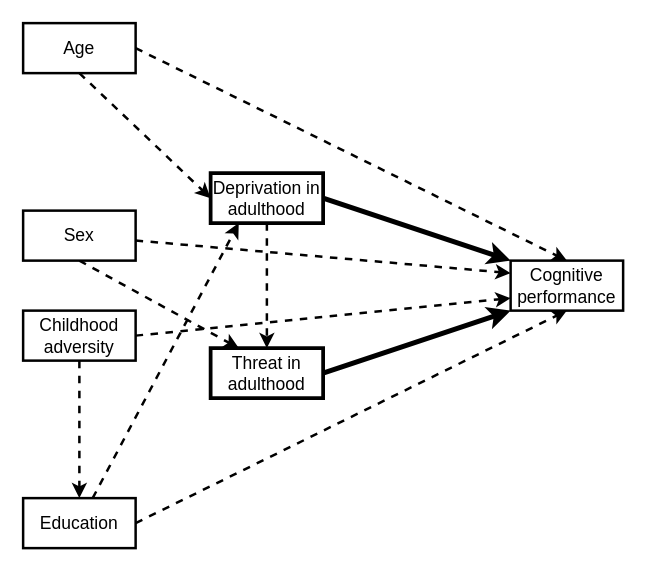
StefanVermeent/liss_ef_2024 keeps this draw.io diagram as manuscript/figures/fig2.drawio. Above is the earlier version. Source tidied: cells renumbered, new cells numbered last; positions are measured from the earlier drawing's top-left corner, leaving out a move shared by most shapes. Both pictures are drawn from the tidied source at 125%, with x=0, y=0 at pixel (22, 22).
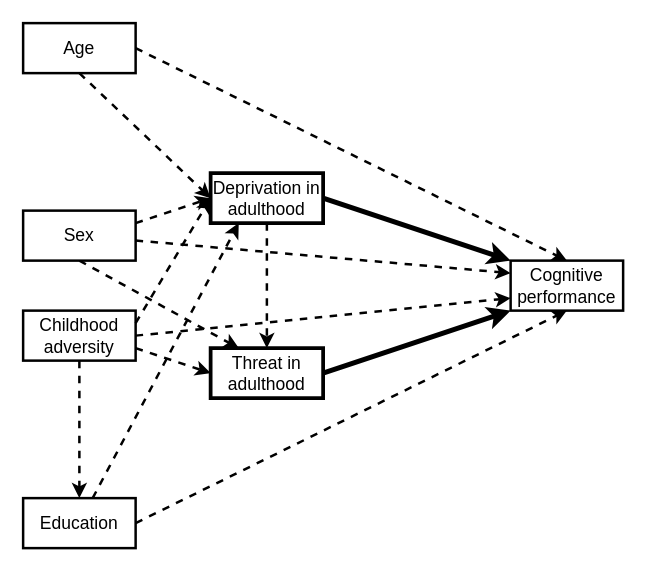
After the change.

Unchanged cells that the change refers to:
```xml
<mxCell id="4" value="&lt;span style=&quot;font-size: 14px;&quot;&gt;Deprivation in adulthood&lt;/span&gt;" style="rounded=0;whiteSpace=wrap;html=1;strokeWidth=3;strokeColor=#000000;" parent="1" vertex="1">
  <mxGeometry x="150" y="120" width="90" height="40" as="geometry" />
</mxCell>
<mxCell id="10" value="&lt;font style=&quot;font-size: 14px;&quot;&gt;Childhood&lt;/font&gt;&lt;div style=&quot;font-size: 14px;&quot;&gt;&lt;font style=&quot;font-size: 14px;&quot;&gt;adversity&lt;/font&gt;&lt;/div&gt;" style="rounded=0;whiteSpace=wrap;html=1;strokeColor=#000000;strokeWidth=2;" parent="1" vertex="1">
  <mxGeometry y="230" width="90" height="40" as="geometry" />
</mxCell>
<mxCell id="17" value="&lt;font style=&quot;font-size: 14px;&quot;&gt;Sex&lt;/font&gt;" style="rounded=0;whiteSpace=wrap;html=1;strokeColor=#000000;strokeWidth=2;" parent="1" vertex="1">
  <mxGeometry y="150" width="90" height="40" as="geometry" />
</mxCell>
<mxCell id="19" value="&lt;span style=&quot;font-size: 14px;&quot;&gt;Threat in adulthood&lt;/span&gt;" style="rounded=0;whiteSpace=wrap;html=1;strokeWidth=3;strokeColor=#000000;" parent="1" vertex="1">
  <mxGeometry x="150" y="260" width="90" height="40" as="geometry" />
</mxCell>
```

Diff of the diagram source:
```diff
@@
+    <mxCell id="20" style="edgeStyle=none;shape=connector;rounded=0;jettySize=auto;html=1;entryX=0;entryY=0.5;entryDx=0;entryDy=0;strokeColor=light-dark(#000000, #ff9090);strokeWidth=2;align=center;verticalAlign=middle;fontFamily=Helvetica;fontSize=11;fontColor=default;labelBackgroundColor=default;endArrow=classic;dashed=1;exitX=1;exitY=0.75;exitDx=0;exitDy=0;" parent="1" edge="1" source="10" target="19">
+      <mxGeometry relative="1" as="geometry" />
+    </mxCell>
+    <mxCell id="21" style="edgeStyle=none;shape=connector;rounded=0;jettySize=auto;html=1;entryX=0;entryY=0.5;entryDx=0;entryDy=0;strokeColor=light-dark(#000000, #ff9090);strokeWidth=2;align=center;verticalAlign=middle;fontFamily=Helvetica;fontSize=11;fontColor=default;labelBackgroundColor=default;endArrow=classic;exitX=1;exitY=0.25;exitDx=0;exitDy=0;dashed=1;exitPerimeter=0;" parent="1" edge="1" source="10" target="4">
+      <mxGeometry relative="1" as="geometry" />
+    </mxCell>
+    <mxCell id="22" style="edgeStyle=none;shape=connector;rounded=0;jettySize=auto;html=1;entryX=0;entryY=0.5;entryDx=0;entryDy=0;strokeColor=light-dark(#000000, #ff9090);strokeWidth=2;align=center;verticalAlign=middle;fontFamily=Helvetica;fontSize=11;fontColor=default;labelBackgroundColor=default;endArrow=classic;dashed=1;exitX=1;exitY=0.25;exitDx=0;exitDy=0;" parent="1" edge="1" source="17" target="4">
+      <mxGeometry relative="1" as="geometry" />
+    </mxCell>
```
